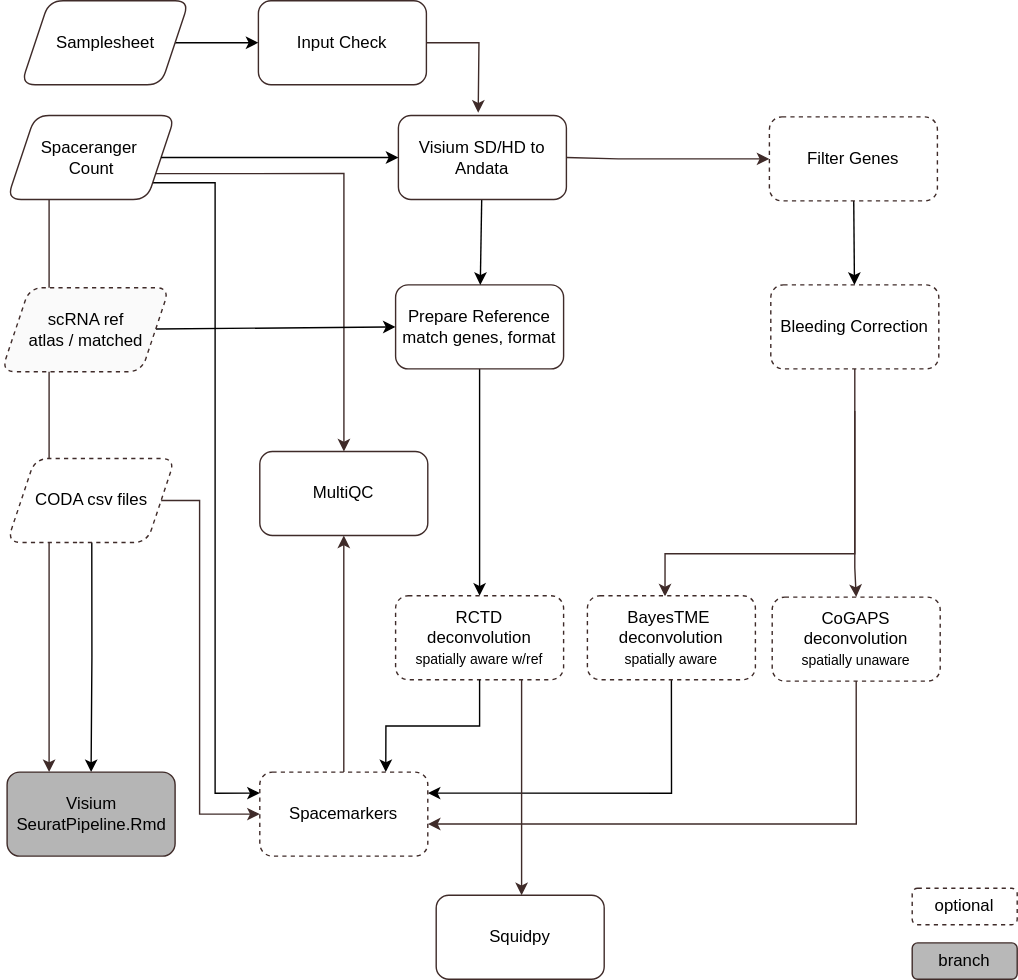
break-through-cancer/btc-spatial-pipelines keeps this draw.io diagram as assets/btc-visium.svg. Above is the earlier version. Source tidied: cells renumbered, new cells last; positions are measured from the earlier drawing's top-left corner, leaving out a move shared by most shapes.
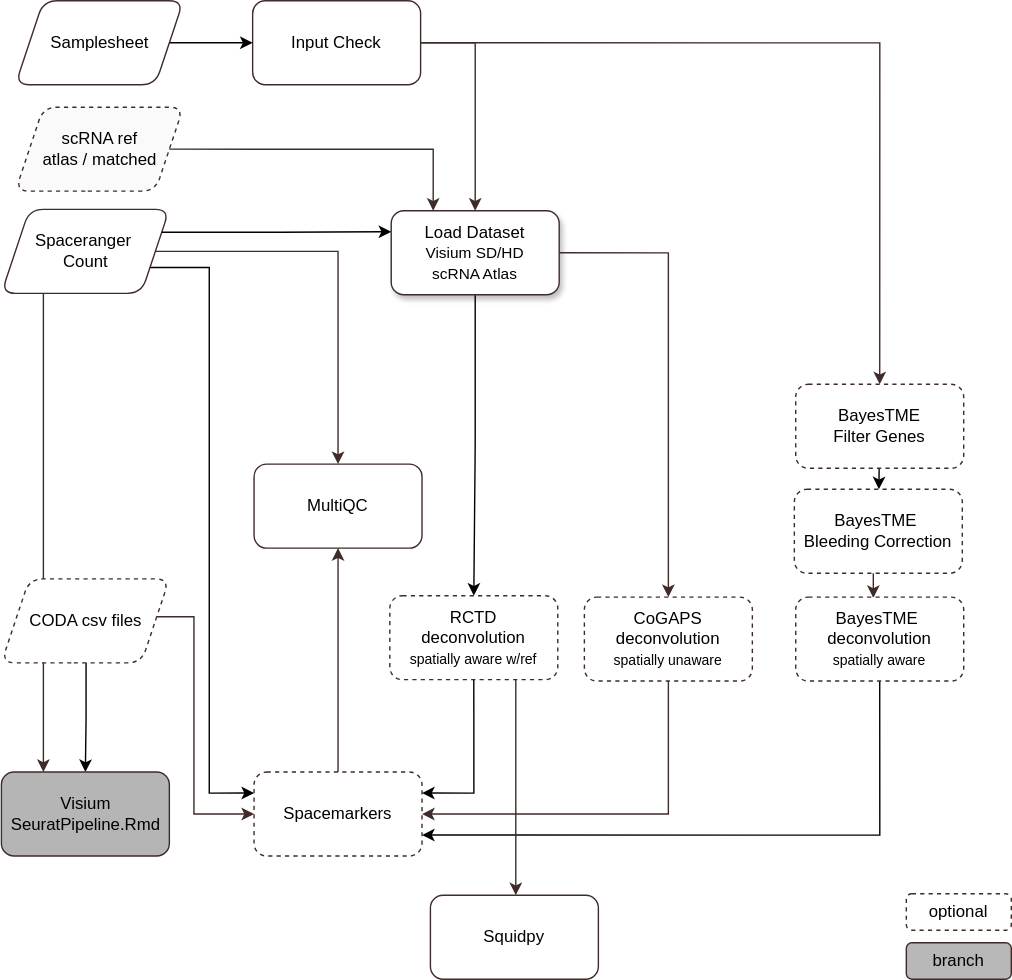
The same file after the commit.

The edit, as a diff of the source:
```diff
@@ -5,28 +5,26 @@
     <mxCell id="2" style="edgeStyle=orthogonalEdgeStyle;rounded=0;jettySize=auto;html=1;strokeColor=#3F2B29;exitX=0.25;exitY=1;exitDx=0;exitDy=0;entryX=0.25;entryY=0;entryDx=0;entryDy=0;" parent="1" edge="1" source="5" target="14">
       <mxGeometry relative="1" as="geometry" />
     </mxCell>
-    <mxCell id="3" style="edgeStyle=orthogonalEdgeStyle;rounded=0;jettySize=auto;html=1;strokeColor=#3F2B29;exitX=1;exitY=0.75;exitDx=0;exitDy=0;" parent="1" edge="1" source="5" target="19">
+    <mxCell id="3" style="edgeStyle=orthogonalEdgeStyle;rounded=0;jettySize=auto;html=1;strokeColor=#3F2B29;exitX=1;exitY=0.5;exitDx=0;exitDy=0;entryX=0.5;entryY=0;entryDx=0;entryDy=0;" parent="1" edge="1" source="5" target="19">
       <mxGeometry relative="1" as="geometry">
         <Array as="points">
-          <mxPoint x="245" y="124" />
+          <mxPoint x="245" y="179" />
         </Array>
       </mxGeometry>
     </mxCell>
-    <mxCell id="4" style="edgeStyle=orthogonalEdgeStyle;rounded=0;jettySize=auto;html=1;exitX=1;exitY=1;exitDx=0;exitDy=0;entryX=0;entryY=0.25;entryDx=0;entryDy=0;" parent="1" edge="1" source="5" target="23">
+    <mxCell id="4" style="edgeStyle=orthogonalEdgeStyle;rounded=0;jettySize=auto;html=1;exitX=1;exitY=0.75;exitDx=0;exitDy=0;entryX=0;entryY=0.25;entryDx=0;entryDy=0;" parent="1" edge="1" source="5" target="23">
       <mxGeometry relative="1" as="geometry">
         <Array as="points">
-          <mxPoint x="153" y="130" />
+          <mxPoint x="153" y="191" />
           <mxPoint x="153" y="566" />
         </Array>
       </mxGeometry>
     </mxCell>
     <mxCell id="5" value="Spaceranger&amp;nbsp;&lt;div&gt;Count&lt;/div&gt;" style="rounded=1;whiteSpace=wrap;html=1;strokeColor=#3F2B29;shape=parallelogram;boundedLbl=1;perimeter=parallelogramPerimeter;fixedSize=1;" parent="1" vertex="1">
-      <mxGeometry x="4.5" y="82" width="120" height="60" as="geometry" />
+      <mxGeometry x="4.5" y="149" width="120" height="60" as="geometry" />
     </mxCell>
-    <mxCell id="6" style="edgeStyle=orthogonalEdgeStyle;rounded=0;jettySize=auto;html=1;strokeColor=#3F2B29;exitX=1;exitY=0.5;exitDx=0;exitDy=0;" parent="1" edge="1" source="7">
-      <mxGeometry relative="1" as="geometry">
-        <mxPoint x="341" y="80" as="targetPoint" />
-      </mxGeometry>
+    <mxCell id="6" style="edgeStyle=orthogonalEdgeStyle;rounded=0;jettySize=auto;html=1;strokeColor=#3F2B29;exitX=1;exitY=0.5;exitDx=0;exitDy=0;entryX=0.5;entryY=0;entryDx=0;entryDy=0;" parent="1" edge="1" source="7" target="37">
+      <mxGeometry relative="1" as="geometry" />
     </mxCell>
     <mxCell id="7" value="Input Check" style="rounded=1;whiteSpace=wrap;html=1;strokeColor=#3F2B29;" parent="1" vertex="1">
       <mxGeometry x="184" width="120" height="60" as="geometry" />
@@ -34,21 +32,21 @@
     <mxCell id="8" style="edgeStyle=orthogonalEdgeStyle;rounded=0;jettySize=auto;html=1;entryX=0.462;entryY=0.01;entryDx=0;entryDy=0;exitX=0.5;exitY=1;exitDx=0;exitDy=0;strokeColor=#3F2B29;entryPerimeter=0;" parent="1" edge="1" source="21" target="17">
       <mxGeometry relative="1" as="geometry">
         <Array as="points">
-          <mxPoint x="610" y="395" />
-          <mxPoint x="474" y="395" />
+          <mxPoint x="627" y="378" />
         </Array>
       </mxGeometry>
     </mxCell>
     <mxCell id="9" style="edgeStyle=none;html=1;" parent="1" edge="1" source="10" target="21">
       <mxGeometry relative="1" as="geometry" />
     </mxCell>
-    <mxCell id="10" value="Filter Genes" style="rounded=1;whiteSpace=wrap;html=1;strokeColor=#3F2B29;dashed=1;" parent="1" vertex="1">
-      <mxGeometry x="549" y="83" width="120" height="60" as="geometry" />
+    <mxCell id="10" value="BayesTME&lt;div&gt;Filter Genes&lt;/div&gt;" style="rounded=1;whiteSpace=wrap;html=1;strokeColor=#3F2B29;dashed=1;" parent="1" vertex="1">
+      <mxGeometry x="572" y="274" width="120" height="60" as="geometry" />
     </mxCell>
     <mxCell id="11" style="edgeStyle=orthogonalEdgeStyle;rounded=0;jettySize=auto;html=1;exitX=1;exitY=0.5;exitDx=0;exitDy=0;entryX=0;entryY=0.5;entryDx=0;entryDy=0;strokeColor=#3F2B29;" parent="1" edge="1" source="13" target="23">
       <mxGeometry relative="1" as="geometry">
         <Array as="points">
-          <mxPoint x="142" y="357" />
+          <mxPoint x="115" y="440" />
+          <mxPoint x="142" y="440" />
           <mxPoint x="142" y="581" />
         </Array>
       </mxGeometry>
@@ -57,7 +55,7 @@
       <mxGeometry relative="1" as="geometry" />
     </mxCell>
     <mxCell id="13" value="CODA csv files" style="rounded=1;whiteSpace=wrap;html=1;fillColor=default;strokeColor=#3F2B29;shape=parallelogram;boundedLbl=1;perimeter=parallelogramPerimeter;fixedSize=1;dashed=1;" parent="1" vertex="1">
-      <mxGeometry x="4.5" y="327" width="120" height="60" as="geometry" />
+      <mxGeometry x="4.5" y="413" width="120" height="60" as="geometry" />
     </mxCell>
     <mxCell id="14" value="Visium SeuratPipeline.Rmd" style="rounded=1;whiteSpace=wrap;html=1;fillColor=#B5B5B5;strokeColor=#3F2B29;" parent="1" vertex="1">
       <mxGeometry x="4.5" y="551" width="120" height="60" as="geometry" />
@@ -65,17 +63,17 @@
     <mxCell id="15" style="edgeStyle=orthogonalEdgeStyle;rounded=0;jettySize=auto;html=1;entryX=0.5;entryY=1;entryDx=0;entryDy=0;strokeColor=#3F2B29;exitX=0.5;exitY=0;exitDx=0;exitDy=0;" parent="1" edge="1" source="23" target="19">
       <mxGeometry relative="1" as="geometry" />
     </mxCell>
-    <mxCell id="16" style="edgeStyle=orthogonalEdgeStyle;rounded=0;jettySize=auto;html=1;entryX=1;entryY=0.25;entryDx=0;entryDy=0;exitX=0.5;exitY=1;exitDx=0;exitDy=0;" parent="1" edge="1" source="17" target="23">
+    <mxCell id="16" style="edgeStyle=orthogonalEdgeStyle;rounded=0;jettySize=auto;html=1;entryX=1;entryY=0.75;entryDx=0;entryDy=0;exitX=0.5;exitY=1;exitDx=0;exitDy=0;" parent="1" edge="1" source="17" target="23">
       <mxGeometry relative="1" as="geometry" />
     </mxCell>
     <mxCell id="17" value="&lt;span style=&quot;color: rgb(0, 0, 0);&quot;&gt;BayesTME&amp;nbsp;&lt;/span&gt;&lt;div style=&quot;scrollbar-color: light-dark(#e2e2e2, #4b4b4b)&lt;br/&gt;&#9;&#9;&#9;&#9;&#9;light-dark(#fbfbfb, var(--dark-panel-color));&quot;&gt;deconvolution&lt;/div&gt;&lt;div style=&quot;scrollbar-color: light-dark(#e2e2e2, #4b4b4b)&lt;br/&gt;&#9;&#9;&#9;&#9;&#9;light-dark(#fbfbfb, var(--dark-panel-color));&quot;&gt;&lt;font style=&quot;font-size: 10px;&quot;&gt;spatially aware&lt;/font&gt;&lt;/div&gt;" style="rounded=1;whiteSpace=wrap;html=1;strokeColor=#3F2B29;dashed=1;" parent="1" vertex="1">
-      <mxGeometry x="419" y="425" width="120" height="60" as="geometry" />
+      <mxGeometry x="572" y="426" width="120" height="60" as="geometry" />
     </mxCell>
     <mxCell id="18" value="&lt;div&gt;&lt;span style=&quot;color: rgb(0, 0, 0);&quot;&gt;CoGAPS deconvolution&lt;/span&gt;&lt;br&gt;&lt;/div&gt;&lt;div&gt;&lt;font style=&quot;font-size: 10px;&quot; color=&quot;#000000&quot;&gt;spatially unaware&lt;/font&gt;&lt;/div&gt;" style="rounded=1;whiteSpace=wrap;html=1;strokeColor=#3F2B29;dashed=1;" parent="1" vertex="1">
-      <mxGeometry x="551" y="426" width="120" height="60" as="geometry" />
+      <mxGeometry x="421" y="426" width="120" height="60" as="geometry" />
     </mxCell>
     <mxCell id="19" value="MultiQC" style="rounded=1;whiteSpace=wrap;html=1;strokeColor=#3F2B29;" parent="1" vertex="1">
-      <mxGeometry x="185" y="322" width="120" height="60" as="geometry" />
+      <mxGeometry x="185" y="331" width="120" height="60" as="geometry" />
     </mxCell>
     <mxCell id="20" style="edgeStyle=orthogonalEdgeStyle;rounded=0;jettySize=auto;html=1;exitX=0.75;exitY=1;exitDx=0;exitDy=0;strokeColor=#3F2B29;" parent="1" edge="1" source="33" target="27">
       <mxGeometry relative="1" as="geometry">
@@ -84,8 +82,8 @@
         </Array>
       </mxGeometry>
     </mxCell>
-    <mxCell id="21" value="Bleeding Correction" style="rounded=1;whiteSpace=wrap;html=1;strokeColor=#3F2B29;dashed=1;" parent="1" vertex="1">
-      <mxGeometry x="550" y="203" width="120" height="60" as="geometry" />
+    <mxCell id="21" value="BayesTME&amp;nbsp;&lt;div&gt;Bleeding Correction&lt;/div&gt;" style="rounded=1;whiteSpace=wrap;html=1;strokeColor=#3F2B29;dashed=1;" parent="1" vertex="1">
+      <mxGeometry x="571" y="349" width="120" height="60" as="geometry" />
     </mxCell>
     <mxCell id="22" value="branch" style="rounded=1;whiteSpace=wrap;html=1;fillColor=#B8B8B8;strokeColor=#3F2B29;" parent="1" vertex="1">
       <mxGeometry x="651" y="673" width="75" height="26" as="geometry" />
@@ -93,15 +91,6 @@
     <mxCell id="23" value="Spacemarkers" style="rounded=1;whiteSpace=wrap;html=1;strokeColor=#3F2B29;dashed=1;" parent="1" vertex="1">
       <mxGeometry x="185" y="551" width="120" height="60" as="geometry" />
     </mxCell>
-    <mxCell id="24" style="edgeStyle=orthogonalEdgeStyle;rounded=0;jettySize=auto;html=1;exitX=0.5;exitY=1;exitDx=0;exitDy=0;strokeColor=#3F2B29;" parent="1" edge="1" source="18">
-      <mxGeometry relative="1" as="geometry">
-        <mxPoint x="305" y="588" as="targetPoint" />
-        <Array as="points">
-          <mxPoint x="611" y="588" />
-          <mxPoint x="305" y="588" />
-        </Array>
-      </mxGeometry>
-    </mxCell>
     <mxCell id="25" style="edgeStyle=orthogonalEdgeStyle;rounded=0;jettySize=auto;html=1;" parent="1" edge="1" source="26" target="7">
       <mxGeometry relative="1" as="geometry" />
     </mxCell>
@@ -112,51 +101,45 @@
       <mxGeometry x="311" y="639" width="120" height="60" as="geometry" />
     </mxCell>
     <mxCell id="28" value="optional" style="rounded=1;whiteSpace=wrap;html=1;fillColor=#FFFFFF;strokeColor=#3F2B29;dashed=1;" parent="1" vertex="1">
-      <mxGeometry x="651" y="634" width="75" height="26" as="geometry" />
+      <mxGeometry x="651" y="638" width="75" height="26" as="geometry" />
     </mxCell>
-    <mxCell id="29" style="edgeStyle=none;html=1;entryX=0;entryY=0.5;entryDx=0;entryDy=0;" parent="1" edge="1" source="30" target="32">
-      <mxGeometry relative="1" as="geometry" />
-    </mxCell>
     <mxCell id="30" value="scRNA ref&lt;div&gt;atlas / matched&lt;/div&gt;" style="rounded=1;whiteSpace=wrap;html=1;fillColor=#FAFAFA;strokeColor=#3F2B29;shape=parallelogram;boundedLbl=1;perimeter=parallelogramPerimeter;fixedSize=1;dashed=1;" parent="1" vertex="1">
-      <mxGeometry x="0.5" y="205" width="120" height="60" as="geometry" />
+      <mxGeometry x="14.5" y="76" width="120" height="60" as="geometry" />
     </mxCell>
-    <mxCell id="31" style="edgeStyle=orthogonalEdgeStyle;html=1;exitX=0.5;exitY=1;exitDx=0;exitDy=0;entryX=0.5;entryY=0;entryDx=0;entryDy=0;" parent="1" edge="1" source="32" target="33">
+    <mxCell id="31" style="edgeStyle=orthogonalEdgeStyle;html=1;exitX=0.5;exitY=1;exitDx=0;exitDy=0;entryX=0.5;entryY=0;entryDx=0;entryDy=0;" parent="1" edge="1" source="37" target="33">
       <mxGeometry relative="1" as="geometry" />
     </mxCell>
-    <mxCell id="32" value="Prepare Reference&lt;div&gt;match genes, format&lt;/div&gt;" style="rounded=1;whiteSpace=wrap;html=1;strokeColor=#3F2B29;fillColor=none;" parent="1" vertex="1">
-      <mxGeometry x="282" y="203" width="120" height="60" as="geometry" />
-    </mxCell>
     <mxCell id="33" value="&lt;div style=&quot;scrollbar-color: light-dark(#e2e2e2, #4b4b4b)&lt;br/&gt;&#9;&#9;&#9;&#9;&#9;light-dark(#fbfbfb, var(--dark-panel-color));&quot;&gt;&lt;font color=&quot;#000000&quot;&gt;RCTD&lt;/font&gt;&lt;/div&gt;&lt;div style=&quot;scrollbar-color: light-dark(#e2e2e2, #4b4b4b)&lt;br/&gt;&#9;&#9;&#9;&#9;&#9;light-dark(#fbfbfb, var(--dark-panel-color));&quot;&gt;deconvolution&lt;/div&gt;&lt;div style=&quot;scrollbar-color: light-dark(#e2e2e2, #4b4b4b)&lt;br/&gt;&#9;&#9;&#9;&#9;&#9;light-dark(#fbfbfb, var(--dark-panel-color));&quot;&gt;&lt;font style=&quot;font-size: 10px;&quot;&gt;spatially aware w/ref&lt;/font&gt;&lt;/div&gt;" style="rounded=1;whiteSpace=wrap;html=1;strokeColor=#3F2B29;dashed=1;fillColor=none;" parent="1" vertex="1">
       <mxGeometry x="282" y="425" width="120" height="60" as="geometry" />
     </mxCell>
-    <mxCell id="34" style="edgeStyle=orthogonalEdgeStyle;rounded=0;jettySize=auto;html=1;exitX=0.5;exitY=1;exitDx=0;exitDy=0;entryX=0.75;entryY=0;entryDx=0;entryDy=0;" parent="1" edge="1" source="33" target="23">
+    <mxCell id="34" style="edgeStyle=orthogonalEdgeStyle;rounded=0;jettySize=auto;html=1;exitX=0.5;exitY=1;exitDx=0;exitDy=0;entryX=1;entryY=0.25;entryDx=0;entryDy=0;" parent="1" edge="1" source="33" target="23">
       <mxGeometry relative="1" as="geometry" />
     </mxCell>
-    <mxCell id="35" style="edgeStyle=orthogonalEdgeStyle;rounded=0;jettySize=auto;html=1;entryX=0.5;entryY=0;entryDx=0;entryDy=0;strokeColor=#3F2B29;" parent="1" edge="1" target="18">
-      <mxGeometry relative="1" as="geometry">
-        <mxPoint x="610" y="293" as="sourcePoint" />
-        <Array as="points">
-          <mxPoint x="610" y="405" />
-          <mxPoint x="611" y="405" />
-        </Array>
-      </mxGeometry>
-    </mxCell>
-    <mxCell id="36" style="edgeStyle=none;html=1;" parent="1" edge="1" source="37" target="32">
-      <mxGeometry relative="1" as="geometry" />
-    </mxCell>
-    <mxCell id="37" value="Visium SD/HD to Andata" style="rounded=1;whiteSpace=wrap;html=1;strokeColor=#3F2B29;dashed=0;" parent="1" vertex="1">
-      <mxGeometry x="284" y="82" width="120" height="60" as="geometry" />
+    <mxCell id="37" value="Load Dataset&lt;div&gt;&lt;font style=&quot;font-size: 11px;&quot;&gt;Visium SD/HD&lt;/font&gt;&lt;/div&gt;&lt;div&gt;&lt;font style=&quot;font-size: 11px;&quot;&gt;scRNA Atlas&lt;/font&gt;&lt;/div&gt;" style="rounded=1;whiteSpace=wrap;html=1;strokeColor=#3F2B29;dashed=0;shadow=1;" parent="1" vertex="1">
+      <mxGeometry x="283" y="150" width="120" height="60" as="geometry" />
     </mxCell>
-    <mxCell id="38" style="edgeStyle=orthogonalEdgeStyle;rounded=0;jettySize=auto;html=1;exitX=1;exitY=0.5;exitDx=0;exitDy=0;entryX=0;entryY=0.5;entryDx=0;entryDy=0;" parent="1" edge="1" source="5" target="37">
+    <mxCell id="38" style="edgeStyle=orthogonalEdgeStyle;rounded=0;jettySize=auto;html=1;exitX=1;exitY=0.25;exitDx=0;exitDy=0;entryX=0;entryY=0.25;entryDx=0;entryDy=0;" parent="1" edge="1" source="5" target="37">
       <mxGeometry relative="1" as="geometry" />
     </mxCell>
-    <mxCell id="39" style="edgeStyle=orthogonalEdgeStyle;rounded=0;jettySize=auto;html=1;strokeColor=#3F2B29;exitX=1;exitY=0.5;exitDx=0;exitDy=0;entryX=0;entryY=0.5;entryDx=0;entryDy=0;" parent="1" edge="1" source="37" target="10">
-      <mxGeometry relative="1" as="geometry">
-        <Array as="points">
-          <mxPoint x="441" y="113" />
-          <mxPoint x="441" y="113" />
-        </Array>
-      </mxGeometry>
-    </mxCell>
+    <mxCell id="40" style="edgeStyle=orthogonalEdgeStyle;rounded=0;jettySize=auto;html=1;strokeColor=#3F2B29;exitX=1;exitY=0.5;exitDx=0;exitDy=0;entryX=0.5;entryY=0;entryDx=0;entryDy=0;" parent="1" edge="1" source="37" target="18">
+      <mxGeometry relative="1" as="geometry">
+        <Array as="points">
+          <mxPoint x="481" y="180" />
+        </Array>
+      </mxGeometry>
+    </mxCell>
+    <mxCell id="41" style="edgeStyle=orthogonalEdgeStyle;rounded=0;jettySize=auto;html=1;strokeColor=#3F2B29;exitX=1;exitY=0.5;exitDx=0;exitDy=0;entryX=0.5;entryY=0;entryDx=0;entryDy=0;" parent="1" edge="1" source="7" target="10">
+      <mxGeometry relative="1" as="geometry">
+        <Array as="points">
+          <mxPoint x="632" y="30" />
+        </Array>
+      </mxGeometry>
+    </mxCell>
+    <mxCell id="42" style="edgeStyle=orthogonalEdgeStyle;rounded=0;jettySize=auto;html=1;strokeColor=#3F2B29;exitX=0.5;exitY=1;exitDx=0;exitDy=0;entryX=1;entryY=0.5;entryDx=0;entryDy=0;" parent="1" edge="1" source="18" target="23">
+      <mxGeometry relative="1" as="geometry" />
+    </mxCell>
+    <mxCell id="43" style="edgeStyle=orthogonalEdgeStyle;rounded=0;jettySize=auto;html=1;strokeColor=#3F2B29;exitX=1;exitY=0.5;exitDx=0;exitDy=0;entryX=0.25;entryY=0;entryDx=0;entryDy=0;" parent="1" edge="1" source="30" target="37">
+      <mxGeometry relative="1" as="geometry" />
+    </mxCell>
   </root>
 </mxGraphModel>
```
